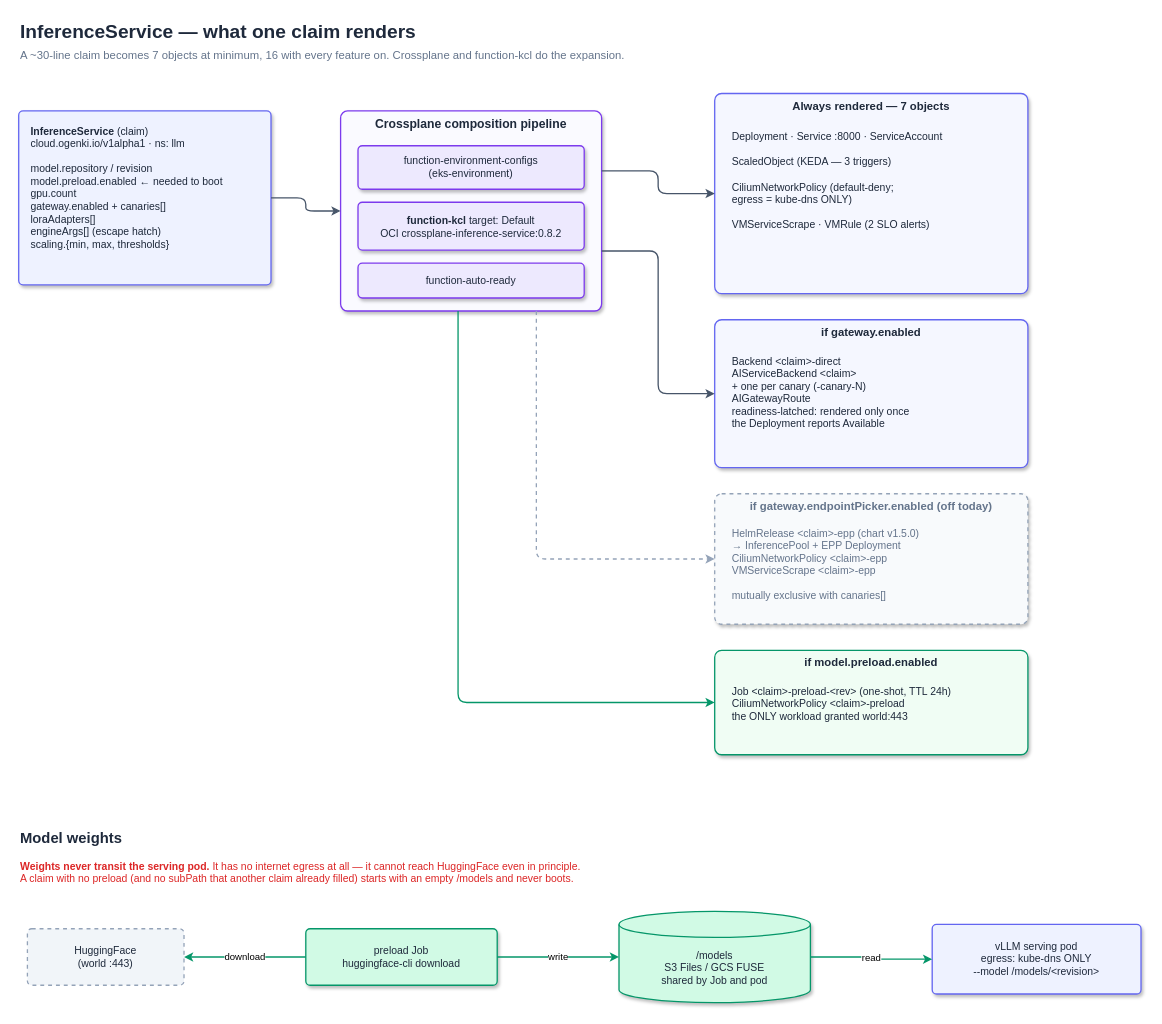
Smana/cloud-native-ref keeps this draw.io diagram as page "2 — One claim, rendered" (2 of 3) of docs/architecture/llm-platform.drawio. Above is the earlier version. Source tidied: cells renumbered, new cells numbered last; positions are measured from the earlier drawing's top-left corner, leaving out a move shared by most shapes. Both pictures are drawn from the tidied source at 87%, with x=0, y=0 at pixel (18, 15).
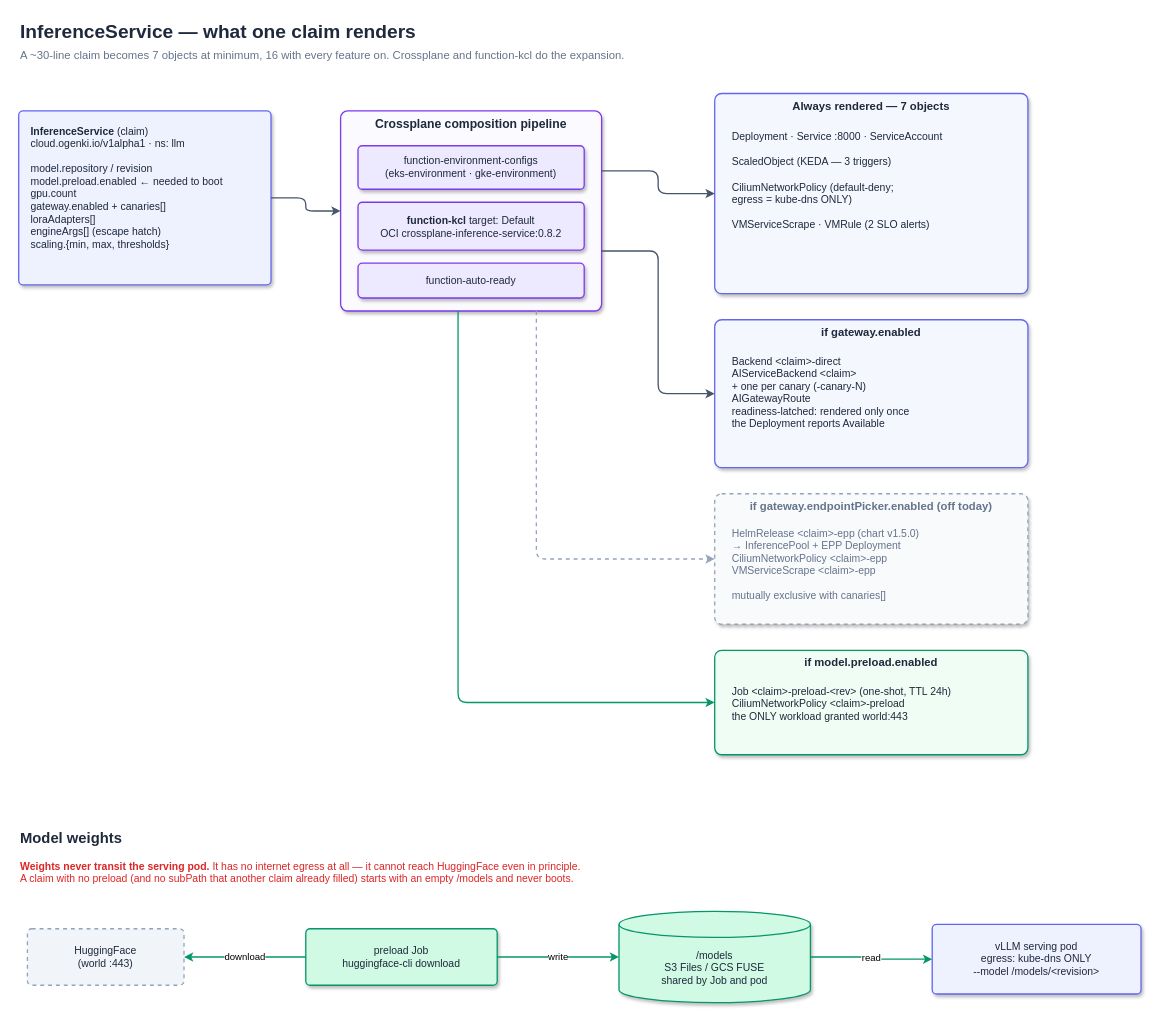
The same page after the edit.

The change refers to these unchanged cells:
```xml
<mxCell id="5" value="Crossplane composition pipeline" style="rounded=1;absoluteArcSize=1;arcSize=16;shadow=1;verticalAlign=top;whiteSpace=wrap;html=1;fillColor=#FAFAFF;strokeColor=#7C3AED;strokeWidth=1.5;fontColor=#1E293B;fontFamily=Helvetica;fontSize=14;fontStyle=1;" parent="1" vertex="1">
  <mxGeometry x="370" y="110" width="300" height="230" as="geometry" />
</mxCell>
```

What changed in the source:
```diff
@@
-    <mxCell id="6" value="function-environment-configs&#10;(eks-environment)" style="rounded=1;absoluteArcSize=1;arcSize=10;shadow=1;whiteSpace=wrap;html=1;fillColor=#EDE9FE;strokeColor=#7C3AED;strokeWidth=1.5;fontColor=#1E293B;fontFamily=Helvetica;fontSize=12;" parent="5" vertex="1">
+    <mxCell id="6" value="function-environment-configs&#10;(eks-environment · gke-environment)" style="rounded=1;absoluteArcSize=1;arcSize=10;shadow=1;whiteSpace=wrap;html=1;fillColor=#EDE9FE;strokeColor=#7C3AED;strokeWidth=1.5;fontColor=#1E293B;fontFamily=Helvetica;fontSize=12;" parent="5" vertex="1">
       <mxGeometry x="20" y="40" width="260" height="50" as="geometry" />
     </mxCell>
```
